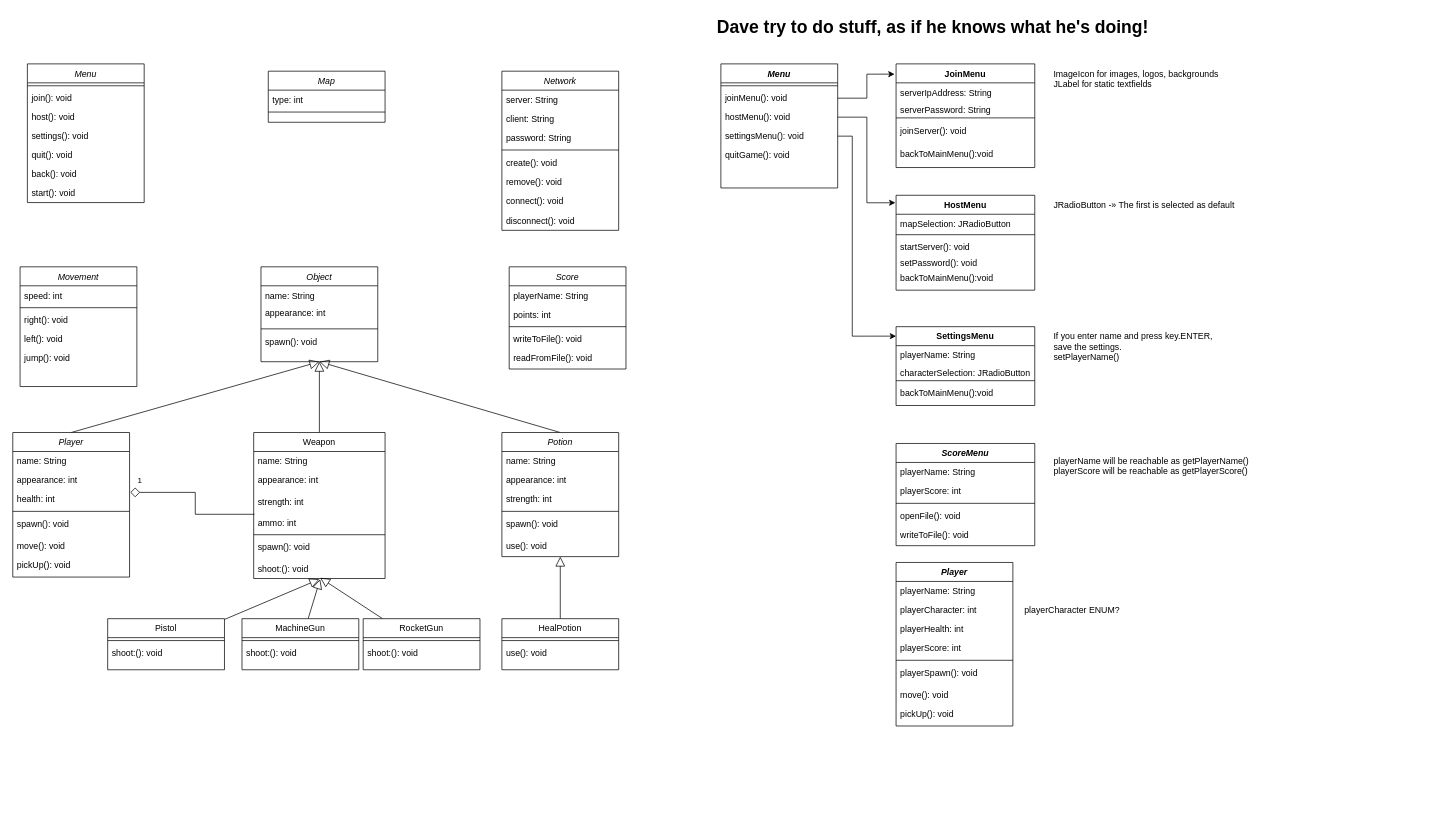
Before: class.drawio in Zaion-BM/Dueling-Fates, a draw.io diagram. Source tidied: cells renumbered, new cells numbered last; positions are measured from the earlier drawing's top-left corner, leaving out a move shared by most shapes. Both pictures are drawn from the tidied source at 73%, with x=0, y=0 at pixel (12, 12).
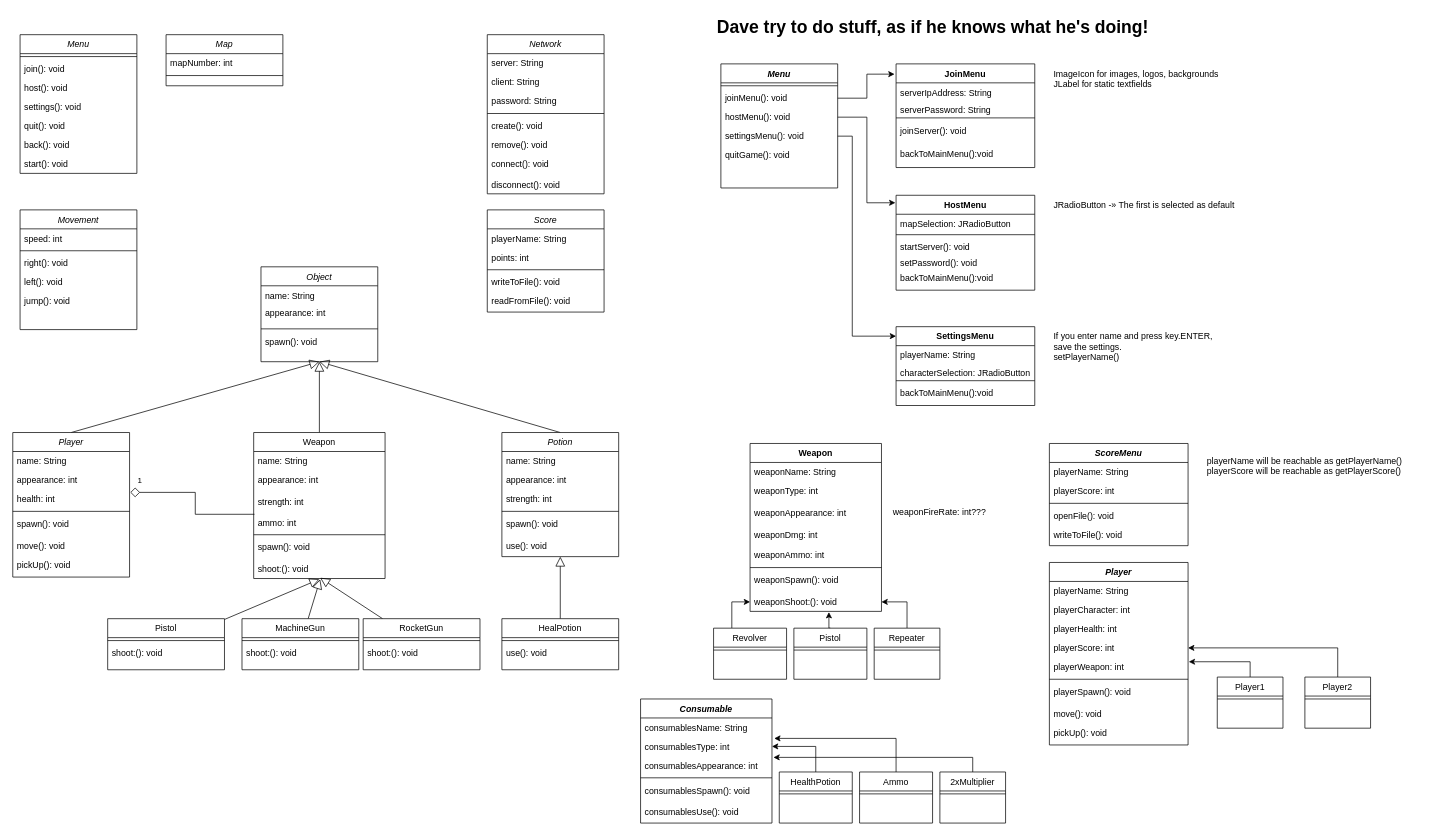
Above is the later version.

The edit, as a diff of the source:
```diff
@@
     <mxCell id="2" value="Map" style="swimlane;fontStyle=2;align=center;verticalAlign=top;horizontal=1;startSize=26;rounded=0;shadow=0;strokeWidth=1;" parent="1" vertex="1">
-      <mxGeometry x="350" y="80" width="160" height="70" as="geometry" />
+      <mxGeometry x="210" y="30" width="160" height="70" as="geometry" />
     </mxCell>
-    <mxCell id="3" value="type: int" style="text;align=left;verticalAlign=top;spacingLeft=4;spacingRight=4;overflow=hidden;" parent="2" vertex="1">
+    <mxCell id="3" value="mapNumber: int" style="text;align=left;verticalAlign=top;spacingLeft=4;spacingRight=4;overflow=hidden;" parent="2" vertex="1">
       <mxGeometry y="26" width="160" height="26" as="geometry" />
     </mxCell>
@@
     <mxCell id="5" value="Network" style="swimlane;fontStyle=2;align=center;verticalAlign=top;horizontal=1;startSize=26;rounded=0;shadow=0;strokeWidth=1;" parent="1" vertex="1">
-      <mxGeometry x="670" y="80" width="160" height="218" as="geometry" />
+      <mxGeometry x="650" y="30" width="160" height="218" as="geometry" />
     </mxCell>
@@
     <mxCell id="62" value="Menu" style="swimlane;fontStyle=2;align=center;verticalAlign=top;horizontal=1;startSize=26;rounded=0;shadow=0;strokeWidth=1;" parent="1" vertex="1">
-      <mxGeometry x="20" y="70" width="160" height="190" as="geometry" />
+      <mxGeometry x="10" y="30" width="160" height="190" as="geometry" />
     </mxCell>
@@
     <mxCell id="70" value="Movement" style="swimlane;fontStyle=2;align=center;verticalAlign=top;horizontal=1;startSize=26;rounded=0;shadow=0;strokeWidth=1;" parent="1" vertex="1">
-      <mxGeometry x="10" y="348" width="160" height="164" as="geometry" />
+      <mxGeometry x="10" y="270" width="160" height="164" as="geometry" />
     </mxCell>
@@
     <mxCell id="76" value="Score" style="swimlane;fontStyle=2;align=center;verticalAlign=top;horizontal=1;startSize=26;rounded=0;shadow=0;strokeWidth=1;" parent="1" vertex="1">
-      <mxGeometry x="680" y="348" width="160" height="140" as="geometry" />
+      <mxGeometry x="650" y="270" width="160" height="140" as="geometry" />
     </mxCell>
@@
     <mxCell id="112" value="ScoreMenu" style="swimlane;fontStyle=3;align=center;verticalAlign=top;horizontal=1;startSize=26;rounded=0;shadow=0;strokeWidth=1;" parent="1" vertex="1">
-      <mxGeometry x="1210" y="590" width="190" height="140" as="geometry" />
+      <mxGeometry x="1420" y="590" width="190" height="140" as="geometry" />
     </mxCell>
@@
     <mxCell id="118" value="playerName will be reachable as getPlayerName()&#10;playerScore will be reachable as getPlayerScore()" style="text;strokeColor=none;fillColor=none;align=left;verticalAlign=top;spacingLeft=4;spacingRight=4;overflow=hidden;" parent="1" vertex="1">
-      <mxGeometry x="1420" y="600" width="300" height="64" as="geometry" />
+      <mxGeometry x="1630" y="600" width="300" height="64" as="geometry" />
     </mxCell>
     <mxCell id="119" value="Player" style="swimlane;fontStyle=3;align=center;verticalAlign=top;horizontal=1;startSize=26;rounded=0;shadow=0;strokeWidth=1;" parent="1" vertex="1">
-      <mxGeometry x="1210" y="753" width="160" height="224" as="geometry" />
+      <mxGeometry x="1420" y="753" width="190" height="250" as="geometry" />
     </mxCell>
     <mxCell id="120" value="playerName: String" style="text;align=left;verticalAlign=top;spacingLeft=4;spacingRight=4;overflow=hidden;" parent="119" vertex="1">
-      <mxGeometry y="26" width="160" height="26" as="geometry" />
+      <mxGeometry y="26" width="190" height="26" as="geometry" />
     </mxCell>
     <mxCell id="121" value="playerCharacter: int" style="text;align=left;verticalAlign=top;spacingLeft=4;spacingRight=4;overflow=hidden;rounded=0;shadow=0;html=0;" parent="119" vertex="1">
-      <mxGeometry y="52" width="160" height="26" as="geometry" />
+      <mxGeometry y="52" width="190" height="26" as="geometry" />
     </mxCell>
     <mxCell id="122" value="playerHealth: int" style="text;align=left;verticalAlign=top;spacingLeft=4;spacingRight=4;overflow=hidden;rounded=0;shadow=0;html=0;" parent="119" vertex="1">
-      <mxGeometry y="78" width="160" height="26" as="geometry" />
+      <mxGeometry y="78" width="190" height="26" as="geometry" />
     </mxCell>
     <mxCell id="123" value="playerScore: int" style="text;align=left;verticalAlign=top;spacingLeft=4;spacingRight=4;overflow=hidden;points=[[0,0.5],[1,0.5]];portConstraint=eastwest;rounded=0;shadow=0;html=0;" parent="119" vertex="1">
-      <mxGeometry y="104" width="160" height="26" as="geometry" />
+      <mxGeometry y="104" width="190" height="26" as="geometry" />
     </mxCell>
+    <mxCell id="129" value="playerWeapon: int" style="text;align=left;verticalAlign=top;spacingLeft=4;spacingRight=4;overflow=hidden;points=[[0,0.5],[1,0.5]];portConstraint=eastwest;rounded=0;shadow=0;html=0;" parent="119" vertex="1">
+      <mxGeometry y="130" width="190" height="26" as="geometry" />
+    </mxCell>
     <mxCell id="124" style="line;html=1;strokeWidth=1;align=left;verticalAlign=middle;spacingTop=-1;spacingLeft=3;spacingRight=3;labelPosition=right;" parent="119" vertex="1">
-      <mxGeometry y="130" width="160" height="8" as="geometry" />
+      <mxGeometry y="156" width="190" height="8" as="geometry" />
     </mxCell>
     <mxCell id="125" value="playerSpawn(): void" style="text;align=left;verticalAlign=top;spacingLeft=4;spacingRight=4;overflow=hidden;" parent="119" vertex="1">
-      <mxGeometry y="138" width="160" height="30" as="geometry" />
+      <mxGeometry y="164" width="190" height="30" as="geometry" />
     </mxCell>
     <mxCell id="126" value="move(): void" style="text;align=left;verticalAlign=top;spacingLeft=4;spacingRight=4;overflow=hidden;" parent="119" vertex="1">
-      <mxGeometry y="168" width="160" height="26" as="geometry" />
+      <mxGeometry y="194" width="190" height="26" as="geometry" />
     </mxCell>
     <mxCell id="127" value="pickUp(): void" style="text;align=left;verticalAlign=top;spacingLeft=4;spacingRight=4;overflow=hidden;" parent="119" vertex="1">
-      <mxGeometry y="194" width="160" height="30" as="geometry" />
+      <mxGeometry y="220" width="190" height="30" as="geometry" />
     </mxCell>
-    <mxCell id="128" value="playerCharacter ENUM?" style="text;strokeColor=none;fillColor=none;align=left;verticalAlign=top;spacingLeft=4;spacingRight=4;overflow=hidden;" parent="1" vertex="1">
-      <mxGeometry x="1380" y="805" width="300" height="30" as="geometry" />
-    </mxCell>
+    <mxCell id="130" value="Weapon" style="swimlane;fontStyle=1;align=center;verticalAlign=top;horizontal=1;startSize=26;rounded=0;shadow=0;strokeWidth=1;" parent="1" vertex="1">
+      <mxGeometry x="1010" y="590" width="180" height="230" as="geometry" />
+    </mxCell>
+    <mxCell id="131" value="weaponName: String" style="text;align=left;verticalAlign=top;spacingLeft=4;spacingRight=4;overflow=hidden;" parent="130" vertex="1">
+      <mxGeometry y="26" width="180" height="26" as="geometry" />
+    </mxCell>
+    <mxCell id="132" value="weaponType: int" style="text;align=left;verticalAlign=top;spacingLeft=4;spacingRight=4;overflow=hidden;" parent="130" vertex="1">
+      <mxGeometry y="52" width="180" height="30" as="geometry" />
+    </mxCell>
+    <mxCell id="133" value="weaponAppearance: int" style="text;align=left;verticalAlign=top;spacingLeft=4;spacingRight=4;overflow=hidden;" parent="130" vertex="1">
+      <mxGeometry y="82" width="180" height="30" as="geometry" />
+    </mxCell>
+    <mxCell id="134" value="weaponDmg: int" style="text;align=left;verticalAlign=top;spacingLeft=4;spacingRight=4;overflow=hidden;rounded=0;shadow=0;html=0;" parent="130" vertex="1">
+      <mxGeometry y="112" width="180" height="28" as="geometry" />
+    </mxCell>
+    <mxCell id="135" value="weaponAmmo: int" style="text;align=left;verticalAlign=top;spacingLeft=4;spacingRight=4;overflow=hidden;" parent="130" vertex="1">
+      <mxGeometry y="140" width="180" height="26" as="geometry" />
+    </mxCell>
+    <mxCell id="136" style="line;html=1;strokeWidth=1;align=left;verticalAlign=middle;spacingTop=-1;spacingLeft=3;spacingRight=3;labelPosition=right;" parent="130" vertex="1">
+      <mxGeometry y="166" width="180" height="8" as="geometry" />
+    </mxCell>
+    <mxCell id="137" value="weaponSpawn(): void" style="text;align=left;verticalAlign=top;spacingLeft=4;spacingRight=4;overflow=hidden;" parent="130" vertex="1">
+      <mxGeometry y="174" width="180" height="30" as="geometry" />
+    </mxCell>
+    <mxCell id="138" value="weaponShoot:(): void" style="text;align=left;verticalAlign=top;spacingLeft=4;spacingRight=4;overflow=hidden;points=[[0,0.5],[1,0.5]];portConstraint=eastwest;" parent="130" vertex="1">
+      <mxGeometry y="204" width="180" height="26" as="geometry" />
+    </mxCell>
+    <mxCell id="139" value="weaponFireRate: int???" style="text;strokeColor=none;fillColor=none;align=left;verticalAlign=top;spacingLeft=4;spacingRight=4;overflow=hidden;" parent="1" vertex="1">
+      <mxGeometry x="1200" y="670" width="200" height="30" as="geometry" />
+    </mxCell>
+    <mxCell id="140" style="edgeStyle=orthogonalEdgeStyle;rounded=0;jettySize=auto;html=1;exitX=0.25;exitY=0;exitDx=0;exitDy=0;entryX=0;entryY=0.5;entryDx=0;entryDy=0;" parent="1" edge="1" source="141" target="138">
+      <mxGeometry relative="1" as="geometry" />
+    </mxCell>
+    <mxCell id="141" value="Revolver" style="swimlane;fontStyle=0;align=center;verticalAlign=top;horizontal=1;startSize=26;rounded=0;shadow=0;strokeWidth=1;" parent="1" vertex="1">
+      <mxGeometry x="960" y="843" width="100" height="70" as="geometry" />
+    </mxCell>
+    <mxCell id="142" style="line;html=1;strokeWidth=1;align=left;verticalAlign=middle;spacingTop=-1;spacingLeft=3;spacingRight=3;labelPosition=right;" parent="141" vertex="1">
+      <mxGeometry y="26" width="100" height="8" as="geometry" />
+    </mxCell>
+    <mxCell id="143" style="edgeStyle=orthogonalEdgeStyle;rounded=0;jettySize=auto;html=1;exitX=0.5;exitY=0;exitDx=0;exitDy=0;entryX=0.6;entryY=1.038;entryDx=0;entryDy=0;entryPerimeter=0;" parent="1" edge="1" source="144" target="138">
+      <mxGeometry relative="1" as="geometry" />
+    </mxCell>
+    <mxCell id="144" value="Pistol" style="swimlane;fontStyle=0;align=center;verticalAlign=top;horizontal=1;startSize=26;rounded=0;shadow=0;strokeWidth=1;" parent="1" vertex="1">
+      <mxGeometry x="1070" y="843" width="100" height="70" as="geometry" />
+    </mxCell>
+    <mxCell id="145" style="line;html=1;strokeWidth=1;align=left;verticalAlign=middle;spacingTop=-1;spacingLeft=3;spacingRight=3;labelPosition=right;" parent="144" vertex="1">
+      <mxGeometry y="26" width="100" height="8" as="geometry" />
+    </mxCell>
+    <mxCell id="146" style="edgeStyle=orthogonalEdgeStyle;rounded=0;jettySize=auto;html=1;exitX=0.5;exitY=0;exitDx=0;exitDy=0;entryX=1;entryY=0.5;entryDx=0;entryDy=0;" parent="1" edge="1" source="147" target="138">
+      <mxGeometry relative="1" as="geometry" />
+    </mxCell>
+    <mxCell id="147" value="Repeater" style="swimlane;fontStyle=0;align=center;verticalAlign=top;horizontal=1;startSize=26;rounded=0;shadow=0;strokeWidth=1;" parent="1" vertex="1">
+      <mxGeometry x="1180" y="843" width="90" height="70" as="geometry" />
+    </mxCell>
+    <mxCell id="148" style="line;html=1;strokeWidth=1;align=left;verticalAlign=middle;spacingTop=-1;spacingLeft=3;spacingRight=3;labelPosition=right;" parent="147" vertex="1">
+      <mxGeometry y="26" width="90" height="8" as="geometry" />
+    </mxCell>
+    <mxCell id="149" value="Consumable" style="swimlane;fontStyle=3;align=center;verticalAlign=top;horizontal=1;startSize=26;rounded=0;shadow=0;strokeWidth=1;" parent="1" vertex="1">
+      <mxGeometry x="860" y="940" width="180" height="170" as="geometry" />
+    </mxCell>
+    <mxCell id="150" value="consumablesName: String" style="text;align=left;verticalAlign=top;spacingLeft=4;spacingRight=4;overflow=hidden;" parent="149" vertex="1">
+      <mxGeometry y="26" width="180" height="26" as="geometry" />
+    </mxCell>
+    <mxCell id="151" value="consumablesType: int" style="text;align=left;verticalAlign=top;spacingLeft=4;spacingRight=4;overflow=hidden;points=[[0,0.5],[1,0.5]];portConstraint=eastwest;rounded=0;shadow=0;html=0;" parent="149" vertex="1">
+      <mxGeometry y="52" width="180" height="26" as="geometry" />
+    </mxCell>
+    <mxCell id="152" value="consumablesAppearance: int" style="text;align=left;verticalAlign=top;spacingLeft=4;spacingRight=4;overflow=hidden;points=[[0,0.5],[1,0.5]];portConstraint=eastwest;rounded=0;shadow=0;html=0;" parent="149" vertex="1">
+      <mxGeometry y="78" width="180" height="26" as="geometry" />
+    </mxCell>
+    <mxCell id="153" style="line;html=1;strokeWidth=1;align=left;verticalAlign=middle;spacingTop=-1;spacingLeft=3;spacingRight=3;labelPosition=right;" parent="149" vertex="1">
+      <mxGeometry y="104" width="180" height="8" as="geometry" />
+    </mxCell>
+    <mxCell id="154" value="consumablesSpawn(): void" style="text;align=left;verticalAlign=top;spacingLeft=4;spacingRight=4;overflow=hidden;" parent="149" vertex="1">
+      <mxGeometry y="112" width="180" height="30" as="geometry" />
+    </mxCell>
+    <mxCell id="155" value="consumablesUse(): void" style="text;align=left;verticalAlign=top;spacingLeft=4;spacingRight=4;overflow=hidden;" parent="149" vertex="1">
+      <mxGeometry y="142" width="180" height="26" as="geometry" />
+    </mxCell>
+    <mxCell id="156" style="edgeStyle=orthogonalEdgeStyle;rounded=0;jettySize=auto;html=1;exitX=0.5;exitY=0;exitDx=0;exitDy=0;entryX=1;entryY=0.5;entryDx=0;entryDy=0;" parent="1" edge="1" source="157" target="151">
+      <mxGeometry relative="1" as="geometry" />
+    </mxCell>
+    <mxCell id="157" value="HealthPotion" style="swimlane;fontStyle=0;align=center;verticalAlign=top;horizontal=1;startSize=26;rounded=0;shadow=0;strokeWidth=1;" parent="1" vertex="1">
+      <mxGeometry x="1050" y="1040" width="100" height="70" as="geometry" />
+    </mxCell>
+    <mxCell id="158" style="line;html=1;strokeWidth=1;align=left;verticalAlign=middle;spacingTop=-1;spacingLeft=3;spacingRight=3;labelPosition=right;" parent="157" vertex="1">
+      <mxGeometry y="26" width="100" height="8" as="geometry" />
+    </mxCell>
+    <mxCell id="159" style="edgeStyle=orthogonalEdgeStyle;rounded=0;jettySize=auto;html=1;exitX=0.5;exitY=0;exitDx=0;exitDy=0;entryX=1.017;entryY=0.077;entryDx=0;entryDy=0;entryPerimeter=0;" parent="1" edge="1" source="160" target="151">
+      <mxGeometry relative="1" as="geometry" />
+    </mxCell>
+    <mxCell id="160" value="Ammo" style="swimlane;fontStyle=0;align=center;verticalAlign=top;horizontal=1;startSize=26;rounded=0;shadow=0;strokeWidth=1;" parent="1" vertex="1">
+      <mxGeometry x="1160" y="1040" width="100" height="70" as="geometry" />
+    </mxCell>
+    <mxCell id="161" style="line;html=1;strokeWidth=1;align=left;verticalAlign=middle;spacingTop=-1;spacingLeft=3;spacingRight=3;labelPosition=right;" parent="160" vertex="1">
+      <mxGeometry y="26" width="100" height="8" as="geometry" />
+    </mxCell>
+    <mxCell id="162" style="edgeStyle=orthogonalEdgeStyle;rounded=0;jettySize=auto;html=1;exitX=0.5;exitY=0;exitDx=0;exitDy=0;entryX=1.011;entryY=0.077;entryDx=0;entryDy=0;entryPerimeter=0;" parent="1" edge="1" source="163" target="152">
+      <mxGeometry relative="1" as="geometry" />
+    </mxCell>
+    <mxCell id="163" value="2xMultiplier" style="swimlane;fontStyle=0;align=center;verticalAlign=top;horizontal=1;startSize=26;rounded=0;shadow=0;strokeWidth=1;" parent="1" vertex="1">
+      <mxGeometry x="1270" y="1040" width="90" height="70" as="geometry" />
+    </mxCell>
+    <mxCell id="164" style="line;html=1;strokeWidth=1;align=left;verticalAlign=middle;spacingTop=-1;spacingLeft=3;spacingRight=3;labelPosition=right;" parent="163" vertex="1">
+      <mxGeometry y="26" width="90" height="8" as="geometry" />
+    </mxCell>
+    <mxCell id="165" style="edgeStyle=orthogonalEdgeStyle;rounded=0;jettySize=auto;html=1;exitX=0.5;exitY=0;exitDx=0;exitDy=0;entryX=1.005;entryY=0.231;entryDx=0;entryDy=0;entryPerimeter=0;" parent="1" edge="1" source="166" target="129">
+      <mxGeometry relative="1" as="geometry" />
+    </mxCell>
+    <mxCell id="166" value="Player1" style="swimlane;fontStyle=0;align=center;verticalAlign=top;horizontal=1;startSize=26;rounded=0;shadow=0;strokeWidth=1;" parent="1" vertex="1">
+      <mxGeometry x="1650" y="910" width="90" height="70" as="geometry" />
+    </mxCell>
+    <mxCell id="167" style="line;html=1;strokeWidth=1;align=left;verticalAlign=middle;spacingTop=-1;spacingLeft=3;spacingRight=3;labelPosition=right;" parent="166" vertex="1">
+      <mxGeometry y="26" width="90" height="8" as="geometry" />
+    </mxCell>
+    <mxCell id="168" style="edgeStyle=orthogonalEdgeStyle;rounded=0;jettySize=auto;html=1;exitX=0.5;exitY=0;exitDx=0;exitDy=0;entryX=1;entryY=0.5;entryDx=0;entryDy=0;" parent="1" edge="1" source="169" target="123">
+      <mxGeometry relative="1" as="geometry" />
+    </mxCell>
+    <mxCell id="169" value="Player2" style="swimlane;fontStyle=0;align=center;verticalAlign=top;horizontal=1;startSize=26;rounded=0;shadow=0;strokeWidth=1;" parent="1" vertex="1">
+      <mxGeometry x="1770" y="910" width="90" height="70" as="geometry" />
+    </mxCell>
+    <mxCell id="170" style="line;html=1;strokeWidth=1;align=left;verticalAlign=middle;spacingTop=-1;spacingLeft=3;spacingRight=3;labelPosition=right;" parent="169" vertex="1">
+      <mxGeometry y="26" width="90" height="8" as="geometry" />
+    </mxCell>
```
